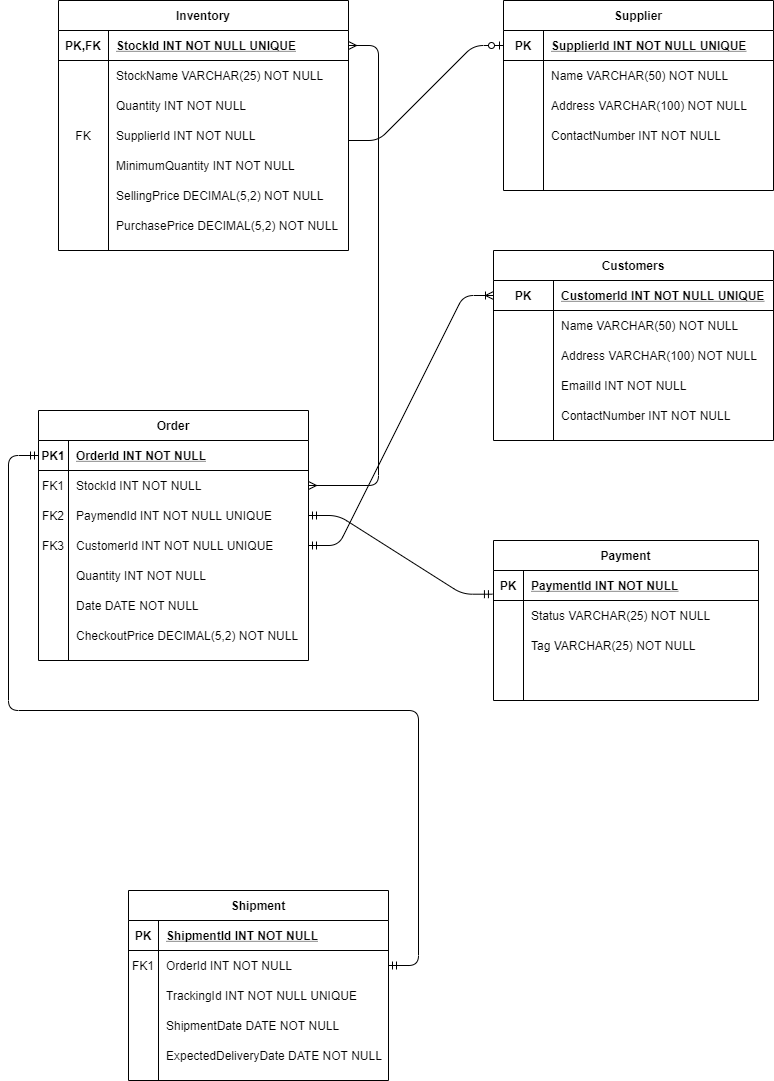
Before: ERD-RETAILER DATABASE.png, a diagram exported from draw.io (Hardik-creator108/Retailer-Database-Application). Source tidied: cells renumbered, new cells last; positions are measured from the earlier drawing's top-left corner, leaving out a move shared by most shapes.
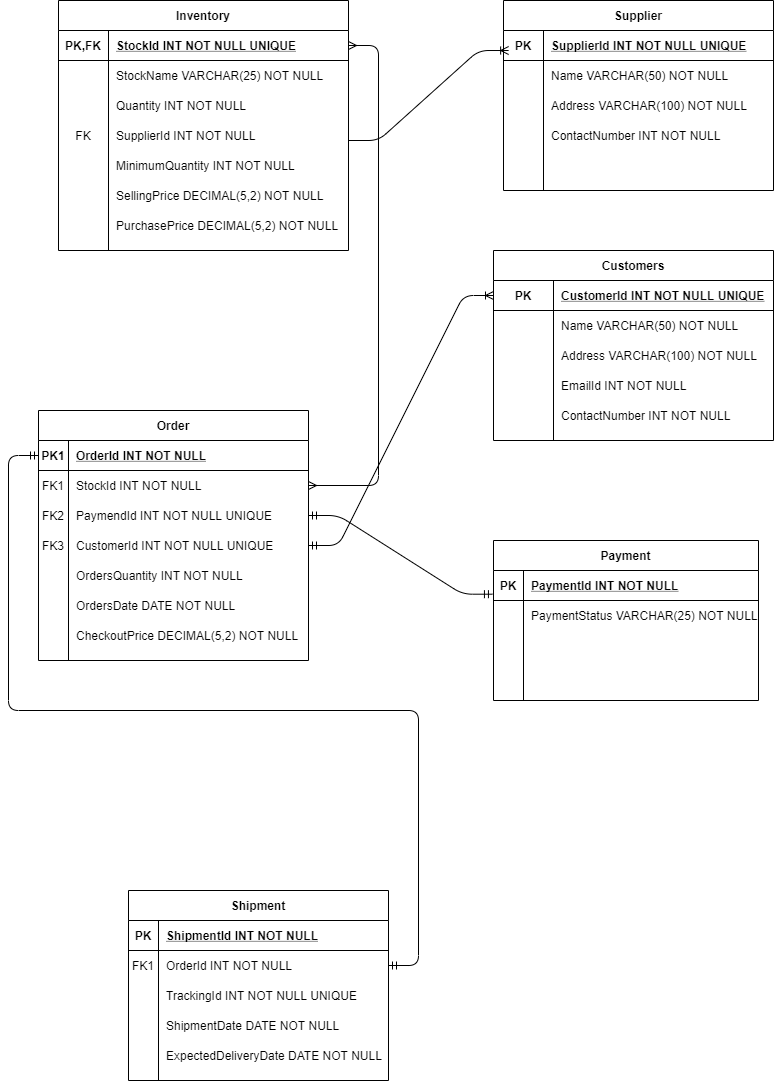
Above is the later version.

The edit, as a diff of the source:
```diff
@@ -230,7 +230,7 @@
     <mxCell id="77" style="shape=partialRectangle;fillColor=none;top=0;left=0;bottom=0;right=0;overflow=hidden;" parent="76" vertex="1">
       <mxGeometry width="30" height="30" as="geometry" />
     </mxCell>
-    <mxCell id="78" value="Status VARCHAR(25) NOT NULL" style="shape=partialRectangle;fillColor=none;top=0;left=0;bottom=0;right=0;align=left;spacingLeft=6;overflow=hidden;" parent="76" vertex="1">
+    <mxCell id="78" value="PaymentStatus VARCHAR(25) NOT NULL" style="shape=partialRectangle;fillColor=none;top=0;left=0;bottom=0;right=0;align=left;spacingLeft=6;overflow=hidden;" parent="76" vertex="1">
       <mxGeometry x="30" width="235" height="30" as="geometry" />
     </mxCell>
     <mxCell id="79" style="shape=partialRectangle;fillColor=none;top=0;left=0;bottom=0;right=0;" parent="72" vertex="1">
@@ -239,7 +239,7 @@
     <mxCell id="80" style="shape=partialRectangle;fillColor=none;top=0;left=0;bottom=0;right=0;overflow=hidden;" parent="79" vertex="1">
       <mxGeometry width="30" height="30" as="geometry" />
     </mxCell>
-    <mxCell id="81" value="Tag VARCHAR(25) NOT NULL" style="shape=partialRectangle;fillColor=none;top=0;left=0;bottom=0;right=0;align=left;spacingLeft=6;overflow=hidden;" parent="79" vertex="1">
+    <mxCell id="81" style="shape=partialRectangle;fillColor=none;top=0;left=0;bottom=0;right=0;align=left;spacingLeft=6;overflow=hidden;" parent="79" vertex="1">
       <mxGeometry x="30" width="235" height="30" as="geometry" />
     </mxCell>
     <mxCell id="82" style="shape=partialRectangle;fillColor=none;top=0;left=0;bottom=0;right=0;" parent="72" vertex="1">
@@ -296,7 +296,7 @@
     <mxCell id="99" style="shape=partialRectangle;fillColor=none;top=0;left=0;bottom=0;right=0;overflow=hidden;" parent="98" vertex="1">
       <mxGeometry width="30" height="30" as="geometry" />
     </mxCell>
-    <mxCell id="100" value="Quantity INT NOT NULL" style="shape=partialRectangle;fillColor=none;top=0;left=0;bottom=0;right=0;align=left;spacingLeft=6;overflow=hidden;" parent="98" vertex="1">
+    <mxCell id="100" value="OrdersQuantity INT NOT NULL" style="shape=partialRectangle;fillColor=none;top=0;left=0;bottom=0;right=0;align=left;spacingLeft=6;overflow=hidden;" parent="98" vertex="1">
       <mxGeometry x="30" width="240" height="30" as="geometry" />
     </mxCell>
     <mxCell id="101" style="shape=partialRectangle;fillColor=none;top=0;left=0;bottom=0;right=0;" parent="85" vertex="1">
@@ -305,7 +305,7 @@
     <mxCell id="102" style="shape=partialRectangle;fillColor=none;top=0;left=0;bottom=0;right=0;overflow=hidden;" parent="101" vertex="1">
       <mxGeometry width="30" height="30" as="geometry" />
     </mxCell>
-    <mxCell id="103" value="Date DATE NOT NULL" style="shape=partialRectangle;fillColor=none;top=0;left=0;bottom=0;right=0;align=left;spacingLeft=6;overflow=hidden;" parent="101" vertex="1">
+    <mxCell id="103" value="OrdersDate DATE NOT NULL" style="shape=partialRectangle;fillColor=none;top=0;left=0;bottom=0;right=0;align=left;spacingLeft=6;overflow=hidden;" parent="101" vertex="1">
       <mxGeometry x="30" width="240" height="30" as="geometry" />
     </mxCell>
     <mxCell id="104" style="shape=partialRectangle;fillColor=none;top=0;left=0;bottom=0;right=0;" parent="85" vertex="1">
@@ -317,11 +317,6 @@
     <mxCell id="106" value="CheckoutPrice DECIMAL(5,2) NOT NULL" style="shape=partialRectangle;fillColor=none;top=0;left=0;bottom=0;right=0;align=left;spacingLeft=6;overflow=hidden;" parent="104" vertex="1">
       <mxGeometry x="30" width="240" height="30" as="geometry" />
     </mxCell>
-    <mxCell id="107" style="edgeStyle=entityRelationEdgeStyle;fontSize=12;html=1;endArrow=ERzeroToOne;endFill=1;entryX=0;entryY=0.5;entryDx=0;entryDy=0;" parent="1" edge="1" target="35">
-      <mxGeometry relative="1" as="geometry">
-        <mxPoint x="310" y="140" as="sourcePoint" />
-      </mxGeometry>
-    </mxCell>
     <mxCell id="108" style="edgeStyle=entityRelationEdgeStyle;fontSize=12;html=1;endArrow=ERmany;startArrow=ERmany;exitX=1;exitY=0.5;exitDx=0;exitDy=0;" parent="1" edge="1" source="89" target="51">
       <mxGeometry relative="1" as="geometry" />
     </mxCell>
@@ -336,5 +331,10 @@
         <mxPoint y="455" as="targetPoint" />
       </mxGeometry>
     </mxCell>
+    <mxCell id="112" style="edgeStyle=entityRelationEdgeStyle;fontSize=12;html=1;endArrow=ERoneToMany;entryX=0.019;entryY=0.667;entryDx=0;entryDy=0;entryPerimeter=0;" parent="1" edge="1" target="35">
+      <mxGeometry relative="1" as="geometry">
+        <mxPoint x="310" y="140" as="sourcePoint" />
+      </mxGeometry>
+    </mxCell>
   </root>
 </mxGraphModel>
```
